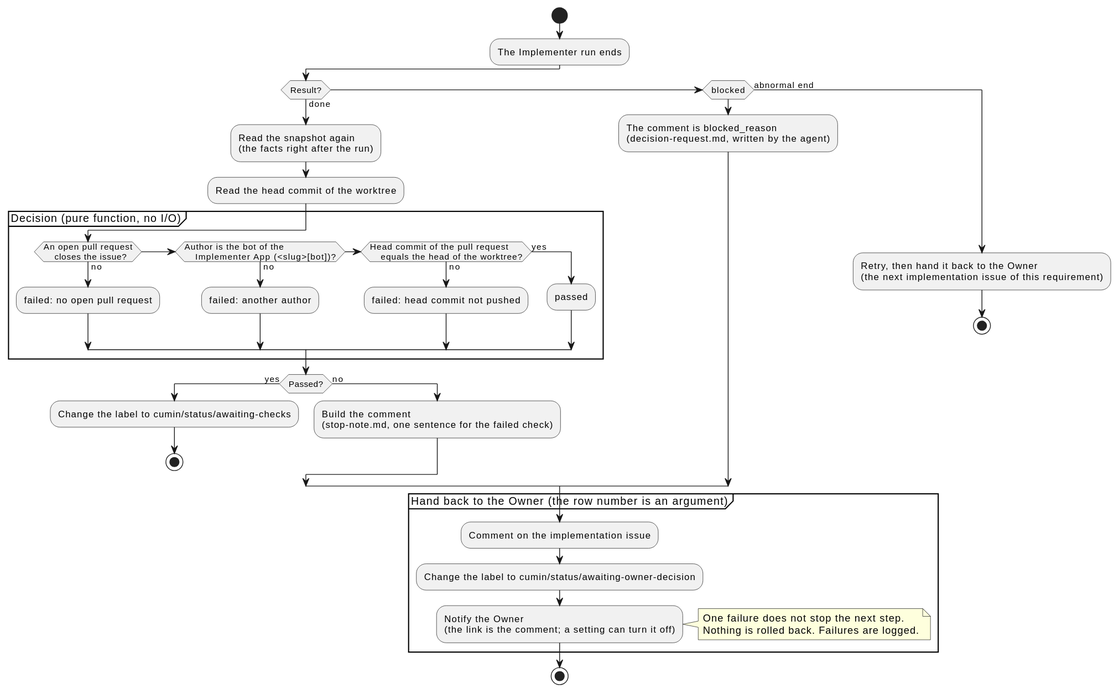
The PlantUML diagram docs/ja/designs/poll-verify.svg in cloveclovedev/cumin-works, before a commit.
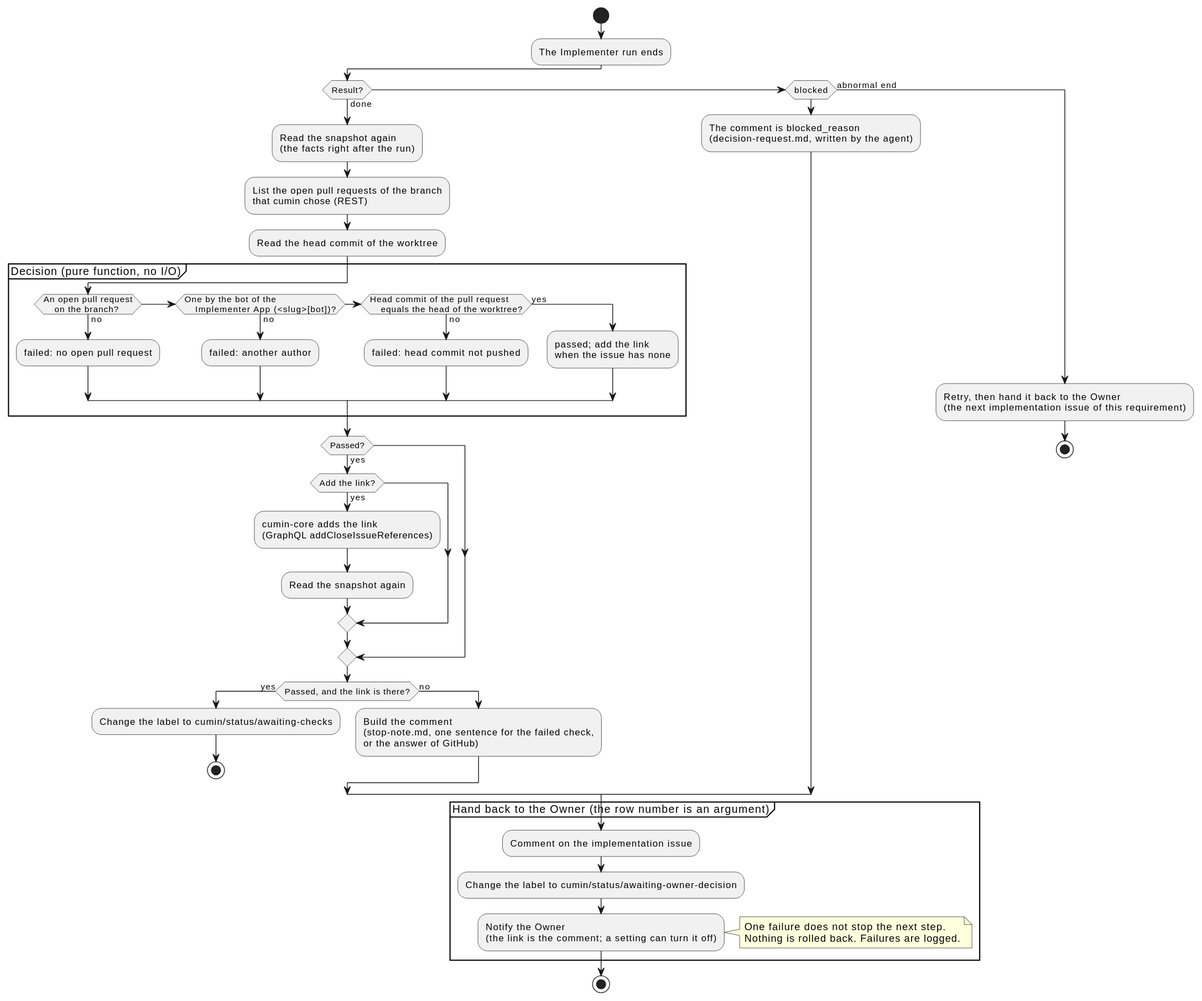
The same file after the commit.

Change to the diagram source:
```diff
@@ -7,27 +7,38 @@
 if (Result?) then (done)
   :Read the snapshot again
   (the facts right after the run);
+  :List the open pull requests of the branch
+  that cumin chose (REST);
   :Read the head commit of the worktree;
   partition "Decision (pure function, no I/O)" {
     if (An open pull request
-    closes the issue?) then (no)
+    on the branch?) then (no)
       :failed: no open pull request;
-    elseif (Author is the bot of the
+    elseif (One by the bot of the
     Implementer App (<slug>[bot])?) then (no)
       :failed: another author;
     elseif (Head commit of the pull request
     equals the head of the worktree?) then (no)
       :failed: head commit not pushed;
     else (yes)
-      :passed;
+      :passed; add the link
+      when the issue has none;
     endif
   }
   if (Passed?) then (yes)
+    if (Add the link?) then (yes)
+      :cumin-core adds the link
+      (GraphQL addCloseIssueReferences);
+      :Read the snapshot again;
+    endif
+  endif
+  if (Passed, and the link is there?) then (yes)
     :Change the label to cumin/status/awaiting-checks;
     stop
   else (no)
     :Build the comment
-    (stop-note.md, one sentence for the failed check);
+    (stop-note.md, one sentence for the failed check,
+    or the answer of GitHub);
   endif
 elseif (blocked) then
   :The comment is blocked_reason
```
